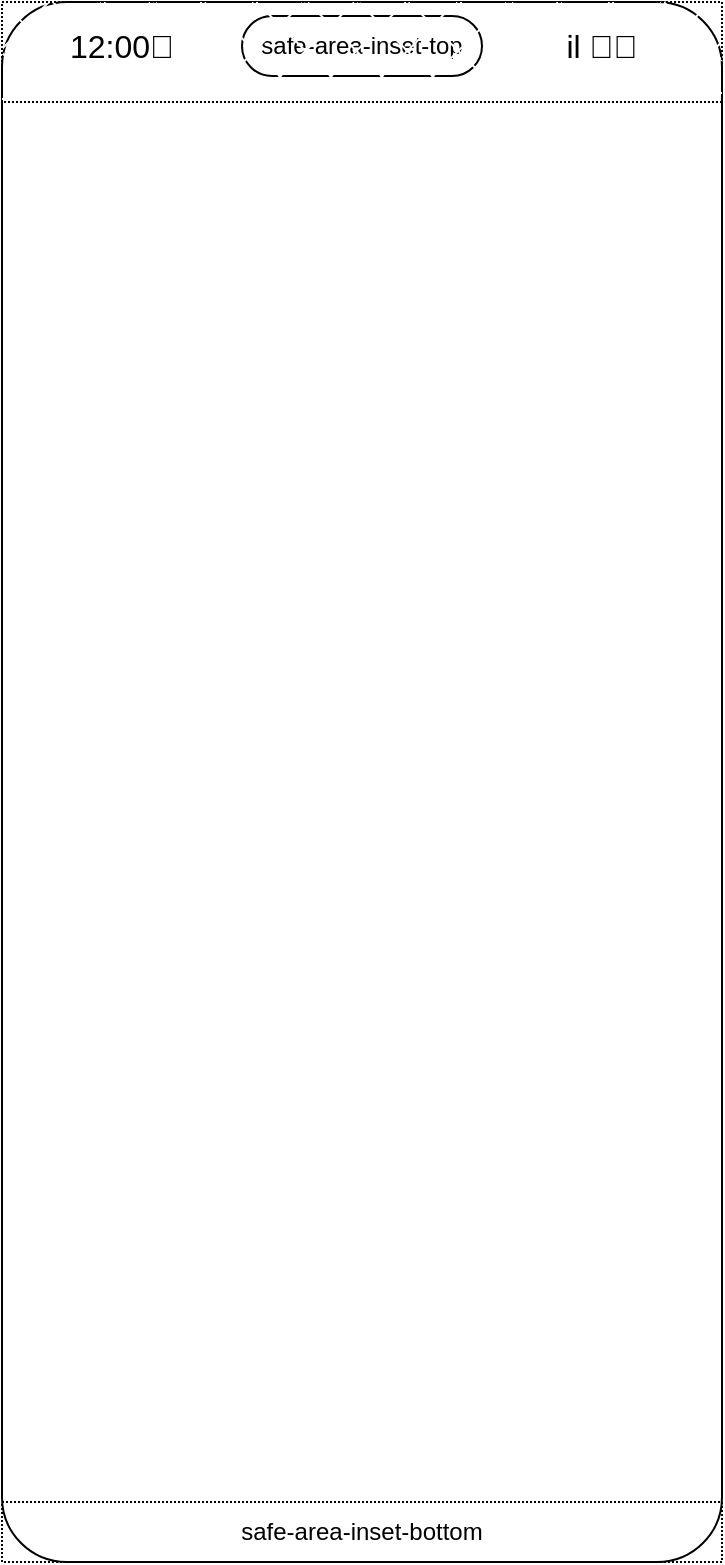
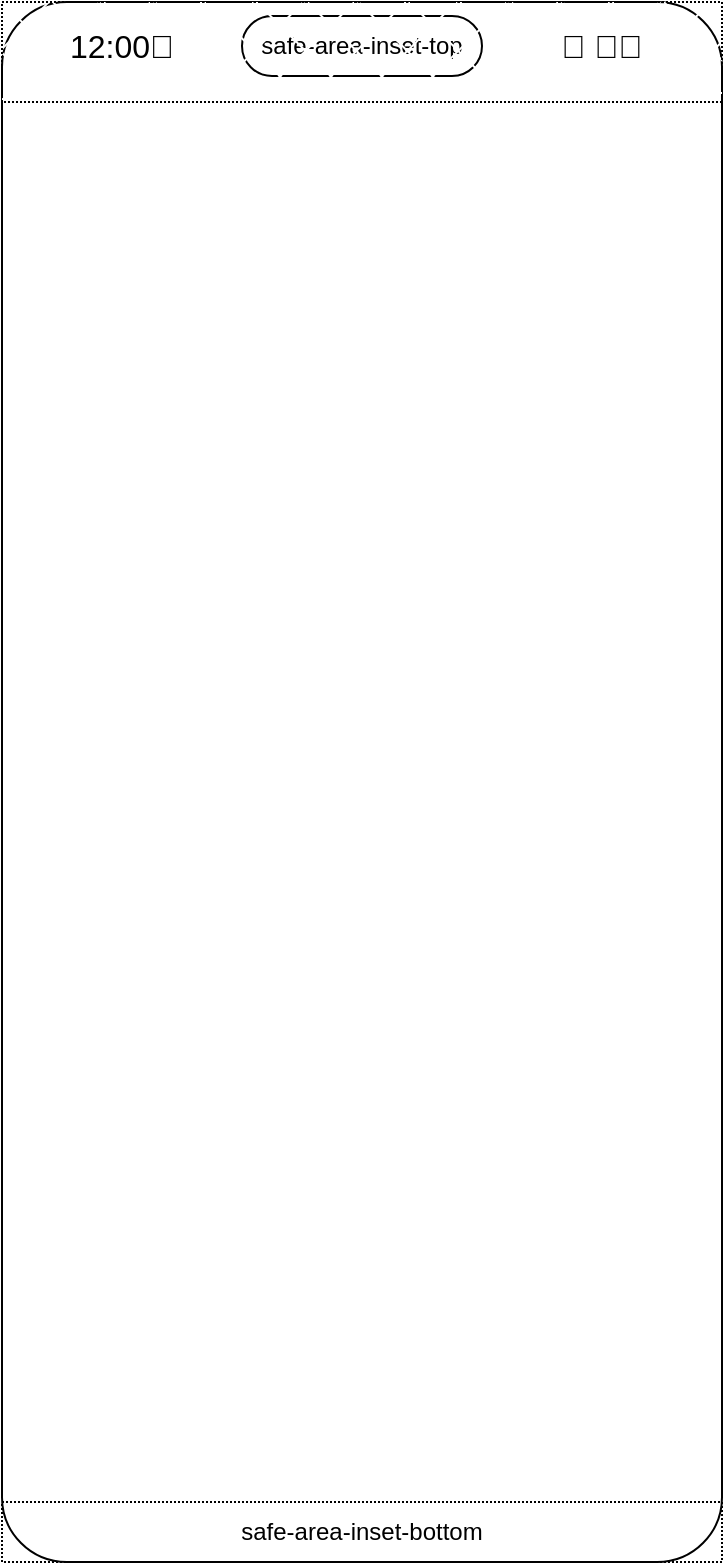
<mxfile host="app.diagrams.net" pages="5">
  <diagram name="G000-テンプレート" id="S722mUA1QwenAaxWcmtO">
-     <mxGraphModel dx="846" dy="672" grid="1" gridSize="10" guides="1" tooltips="1" connect="1" arrows="1" fold="1" page="1" pageScale="1" pageWidth="827" pageHeight="1169" math="0" shadow="0">
+     <mxGraphModel dx="376" dy="553" grid="1" gridSize="10" guides="1" tooltips="1" connect="1" arrows="1" fold="1" page="1" pageScale="1" pageWidth="827" pageHeight="1169" math="0" shadow="0">
      <root>
        <mxCell id="0" />
        <mxCell id="1" parent="0" />
-         <mxCell id="zQ7BFWEPkJkrmx3Nq8T0-1" value="" style="whiteSpace=wrap;html=1;rounded=1;arcSize=9;" parent="1" vertex="1">
-           <mxGeometry width="360" height="780" as="geometry" />
-         </mxCell>
-         <mxCell id="588Fdgz_NcGzjMWDRItu-1" value="safe-area-inset-top" style="rounded=1;whiteSpace=wrap;html=1;arcSize=50;fillColor=light-dark(#FFFFFF,#000000);" parent="1" vertex="1">
-           <mxGeometry x="120" y="7" width="120" height="30" as="geometry" />
-         </mxCell>
-         <mxCell id="aVIO_8MDiifiFSeVl00r-1" value="" style="whiteSpace=wrap;html=1;dashed=1;dashPattern=1 1;fillStyle=cross-hatch;" parent="1" vertex="1">
-           <mxGeometry width="360" height="50" as="geometry" />
-         </mxCell>
-         <mxCell id="588Fdgz_NcGzjMWDRItu-3" value="12:00🔔" style="text;html=1;whiteSpace=wrap;strokeColor=none;fillColor=none;align=center;verticalAlign=middle;rounded=0;fontSize=16;" parent="1" vertex="1">
-           <mxGeometry x="20" y="7" width="80" height="30" as="geometry" />
-         </mxCell>
-         <mxCell id="588Fdgz_NcGzjMWDRItu-4" value="il 🛜🔋" style="text;html=1;whiteSpace=wrap;strokeColor=none;fillColor=none;align=center;verticalAlign=middle;rounded=0;fontSize=16;" parent="1" vertex="1">
-           <mxGeometry x="260" y="7" width="80" height="30" as="geometry" />
-         </mxCell>
-         <mxCell id="oBOyvNitzLyXobDxXJtm-1" value="safe-area-inset-bottom" style="whiteSpace=wrap;html=1;dashed=1;dashPattern=1 1;rounded=0;fillColor=none;" vertex="1" parent="1">
-           <mxGeometry y="750" width="360" height="30" as="geometry" />
+         <mxCell id="zQ7BFWEPkJkrmx3Nq8T0-1" parent="1" style="whiteSpace=wrap;html=1;rounded=1;arcSize=9;" value="" vertex="1">
+           <mxGeometry height="780" width="360" as="geometry" />
+         </mxCell>
+         <mxCell id="588Fdgz_NcGzjMWDRItu-1" parent="1" style="rounded=1;whiteSpace=wrap;html=1;arcSize=50;fillColor=light-dark(#FFFFFF,#000000);" value="safe-area-inset-top" vertex="1">
+           <mxGeometry height="30" width="120" x="120" y="7" as="geometry" />
+         </mxCell>
+         <mxCell id="aVIO_8MDiifiFSeVl00r-1" parent="1" style="whiteSpace=wrap;html=1;dashed=1;dashPattern=1 1;fillStyle=cross-hatch;" value="" vertex="1">
+           <mxGeometry height="50" width="360" as="geometry" />
+         </mxCell>
+         <mxCell id="588Fdgz_NcGzjMWDRItu-3" parent="1" style="text;html=1;whiteSpace=wrap;strokeColor=none;fillColor=none;align=center;verticalAlign=middle;rounded=0;fontSize=16;" value="12:00🔔" vertex="1">
+           <mxGeometry height="30" width="80" x="20" y="7" as="geometry" />
+         </mxCell>
+         <mxCell id="588Fdgz_NcGzjMWDRItu-4" parent="1" style="text;html=1;whiteSpace=wrap;strokeColor=none;fillColor=none;align=center;verticalAlign=middle;rounded=0;fontSize=16;" value="📶 🛜🔋" vertex="1">
+           <mxGeometry height="30" width="80" x="260" y="7" as="geometry" />
+         </mxCell>
+         <mxCell id="oBOyvNitzLyXobDxXJtm-1" parent="1" style="whiteSpace=wrap;html=1;dashed=1;dashPattern=1 1;rounded=0;fillColor=none;" value="safe-area-inset-bottom" vertex="1">
+           <mxGeometry height="30" width="360" y="750" as="geometry" />
        </mxCell>
      </root>
    </mxGraphModel>
  </diagram>
  <diagram name="G001-ログイン" id="Z1h8dquPDhmT4ahfGa2H">
    <mxGraphModel dx="846" dy="672" grid="1" gridSize="10" guides="1" tooltips="1" connect="1" arrows="1" fold="1" page="1" pageScale="1" pageWidth="827" pageHeight="1169" math="0" shadow="0">
      <root>
        <mxCell id="YcPtlo_hN4jQvksFwWot-0" />
        <mxCell id="YcPtlo_hN4jQvksFwWot-1" parent="YcPtlo_hN4jQvksFwWot-0" />
        <mxCell id="-BTZVsdermOGM8ZHEF0u-0" value="" style="whiteSpace=wrap;html=1;rounded=1;arcSize=9;" vertex="1" parent="YcPtlo_hN4jQvksFwWot-1">
          <mxGeometry width="360" height="780" as="geometry" />
        </mxCell>
        <mxCell id="YcPtlo_hN4jQvksFwWot-3" value="safe-area-inset-top" style="rounded=1;whiteSpace=wrap;html=1;arcSize=50;fillColor=light-dark(#FFFFFF,#000000);" parent="YcPtlo_hN4jQvksFwWot-1" vertex="1">
          <mxGeometry x="120" y="7" width="120" height="30" as="geometry" />
        </mxCell>
        <mxCell id="YcPtlo_hN4jQvksFwWot-4" value="" style="whiteSpace=wrap;html=1;dashed=1;dashPattern=1 1;fillStyle=cross-hatch;" parent="YcPtlo_hN4jQvksFwWot-1" vertex="1">
          <mxGeometry width="360" height="50" as="geometry" />
        </mxCell>
        <mxCell id="YcPtlo_hN4jQvksFwWot-6" value="12:00🔔" style="text;html=1;whiteSpace=wrap;strokeColor=none;fillColor=none;align=center;verticalAlign=middle;rounded=0;fontSize=16;" parent="YcPtlo_hN4jQvksFwWot-1" vertex="1">
          <mxGeometry x="20" y="7" width="80" height="30" as="geometry" />
        </mxCell>
        <mxCell id="YcPtlo_hN4jQvksFwWot-7" value="il 🛜🔋" style="text;html=1;whiteSpace=wrap;strokeColor=none;fillColor=none;align=center;verticalAlign=middle;rounded=0;fontSize=16;" parent="YcPtlo_hN4jQvksFwWot-1" vertex="1">
          <mxGeometry x="260" y="7" width="80" height="30" as="geometry" />
        </mxCell>
        <mxCell id="81tfYNaBAiEMLlDuyNd7-0" value="" style="rounded=1;whiteSpace=wrap;html=1;strokeColor=light-dark(#97D077,#97D077);strokeWidth=5;" parent="YcPtlo_hN4jQvksFwWot-1" vertex="1">
          <mxGeometry x="20" y="160" width="320" height="210" as="geometry" />
        </mxCell>
        <mxCell id="81tfYNaBAiEMLlDuyNd7-1" value="" style="whiteSpace=wrap;html=1;fillColor=light-dark(#FFFFFF,#FFFFFF);" parent="YcPtlo_hN4jQvksFwWot-1" vertex="1">
          <mxGeometry x="50" y="220" width="260" height="30" as="geometry" />
        </mxCell>
        <mxCell id="81tfYNaBAiEMLlDuyNd7-2" value="メールアドレス" style="text;html=1;whiteSpace=wrap;strokeColor=none;fillColor=none;align=left;verticalAlign=middle;rounded=0;fontSize=16;" parent="YcPtlo_hN4jQvksFwWot-1" vertex="1">
          <mxGeometry x="50" y="190" width="260" height="30" as="geometry" />
        </mxCell>
        <mxCell id="81tfYNaBAiEMLlDuyNd7-3" value="パスワード" style="text;html=1;whiteSpace=wrap;strokeColor=none;fillColor=none;align=left;verticalAlign=middle;rounded=0;fontSize=16;" parent="YcPtlo_hN4jQvksFwWot-1" vertex="1">
          <mxGeometry x="50" y="260" width="260" height="30" as="geometry" />
        </mxCell>
        <mxCell id="81tfYNaBAiEMLlDuyNd7-7" value="&lt;font&gt;&lt;b&gt;ログイン&lt;/b&gt;&lt;/font&gt;" style="text;html=1;whiteSpace=wrap;strokeColor=none;fillColor=none;align=center;verticalAlign=middle;rounded=0;fontSize=25;" parent="YcPtlo_hN4jQvksFwWot-1" vertex="1">
          <mxGeometry x="35" y="90" width="290" height="30" as="geometry" />
        </mxCell>
        <mxCell id="81tfYNaBAiEMLlDuyNd7-8" value="" style="whiteSpace=wrap;html=1;fillColor=light-dark(#FFFFFF,#FFFFFF);" parent="YcPtlo_hN4jQvksFwWot-1" vertex="1">
          <mxGeometry x="50" y="290" width="260" height="30" as="geometry" />
        </mxCell>
        <mxCell id="ufI8GjACJdKqooItxQuU-0" value="&lt;span style=&quot;color: light-dark(rgb(255, 255, 255), rgb(0, 0, 0));&quot;&gt;ログイン&lt;/span&gt;" style="rounded=1;whiteSpace=wrap;html=1;fillColor=light-dark(#B9E0A5,#B9E0A5);fontSize=20;" parent="YcPtlo_hN4jQvksFwWot-1" vertex="1">
          <mxGeometry x="120" y="390" width="120" height="30" as="geometry" />
        </mxCell>
        <mxCell id="EKTVv0UXOvGjeYjW8AMR-0" value="safe-area-inset-bottom" style="whiteSpace=wrap;html=1;dashed=1;dashPattern=1 1;rounded=0;fillColor=none;" vertex="1" parent="YcPtlo_hN4jQvksFwWot-1">
          <mxGeometry y="750" width="360" height="30" as="geometry" />
        </mxCell>
      </root>
    </mxGraphModel>
  </diagram>
  <diagram name="G002-登録" id="vjWJ7EeUy4QvkeVKBafw">
    <mxGraphModel dx="846" dy="672" grid="1" gridSize="10" guides="1" tooltips="1" connect="1" arrows="1" fold="1" page="1" pageScale="1" pageWidth="827" pageHeight="1169" math="0" shadow="0">
      <root>
        <mxCell id="CB8lvvF-xGb2tIorJrW_-0" />
        <mxCell id="CB8lvvF-xGb2tIorJrW_-1" parent="CB8lvvF-xGb2tIorJrW_-0" />
        <mxCell id="ij7VnM3F1RbevG0Ak-8O-0" value="" style="whiteSpace=wrap;html=1;rounded=1;arcSize=9;" vertex="1" parent="CB8lvvF-xGb2tIorJrW_-1">
          <mxGeometry width="360" height="780" as="geometry" />
        </mxCell>
        <mxCell id="CB8lvvF-xGb2tIorJrW_-3" value="safe-area-inset-top" style="rounded=0;whiteSpace=wrap;html=1;arcSize=50;fillColor=light-dark(#FFFFFF,#000000);" parent="CB8lvvF-xGb2tIorJrW_-1" vertex="1">
          <mxGeometry x="120" y="7" width="120" height="30" as="geometry" />
        </mxCell>
        <mxCell id="CB8lvvF-xGb2tIorJrW_-4" value="" style="whiteSpace=wrap;html=1;dashed=1;dashPattern=1 1;fillStyle=cross-hatch;rounded=0;" parent="CB8lvvF-xGb2tIorJrW_-1" vertex="1">
          <mxGeometry width="360" height="50" as="geometry" />
        </mxCell>
        <mxCell id="CB8lvvF-xGb2tIorJrW_-5" value="safe-area-inset-bottom" style="whiteSpace=wrap;html=1;dashed=1;dashPattern=1 1;rounded=0;fillColor=none;" parent="CB8lvvF-xGb2tIorJrW_-1" vertex="1">
          <mxGeometry y="750" width="360" height="30" as="geometry" />
        </mxCell>
        <mxCell id="CB8lvvF-xGb2tIorJrW_-6" value="12:00🔔" style="text;html=1;whiteSpace=wrap;strokeColor=none;fillColor=none;align=center;verticalAlign=middle;rounded=0;fontSize=16;" parent="CB8lvvF-xGb2tIorJrW_-1" vertex="1">
          <mxGeometry x="20" y="7" width="80" height="30" as="geometry" />
        </mxCell>
        <mxCell id="CB8lvvF-xGb2tIorJrW_-7" value="il 🛜🔋" style="text;html=1;whiteSpace=wrap;strokeColor=none;fillColor=none;align=center;verticalAlign=middle;rounded=0;fontSize=16;" parent="CB8lvvF-xGb2tIorJrW_-1" vertex="1">
          <mxGeometry x="260" y="7" width="80" height="30" as="geometry" />
        </mxCell>
        <mxCell id="CB8lvvF-xGb2tIorJrW_-8" value="" style="rounded=1;whiteSpace=wrap;html=1;strokeColor=light-dark(#97D077,#97D077);strokeWidth=5;" parent="CB8lvvF-xGb2tIorJrW_-1" vertex="1">
          <mxGeometry x="20" y="160" width="320" height="260" as="geometry" />
        </mxCell>
        <mxCell id="CB8lvvF-xGb2tIorJrW_-9" value="" style="whiteSpace=wrap;html=1;fillColor=light-dark(#FFFFFF,#FFFFFF);rounded=0;" parent="CB8lvvF-xGb2tIorJrW_-1" vertex="1">
          <mxGeometry x="50" y="220" width="260" height="30" as="geometry" />
        </mxCell>
        <mxCell id="CB8lvvF-xGb2tIorJrW_-10" value="メールアドレス" style="text;html=1;whiteSpace=wrap;strokeColor=none;fillColor=none;align=left;verticalAlign=middle;rounded=0;fontSize=16;" parent="CB8lvvF-xGb2tIorJrW_-1" vertex="1">
          <mxGeometry x="50" y="190" width="260" height="30" as="geometry" />
        </mxCell>
        <mxCell id="CB8lvvF-xGb2tIorJrW_-11" value="パスワード" style="text;html=1;whiteSpace=wrap;strokeColor=none;fillColor=none;align=left;verticalAlign=middle;rounded=0;fontSize=16;" parent="CB8lvvF-xGb2tIorJrW_-1" vertex="1">
          <mxGeometry x="50" y="260" width="260" height="30" as="geometry" />
        </mxCell>
        <mxCell id="CB8lvvF-xGb2tIorJrW_-12" value="&lt;b&gt;ユーザー登録&lt;/b&gt;" style="text;html=1;whiteSpace=wrap;strokeColor=none;fillColor=none;align=center;verticalAlign=middle;rounded=0;fontSize=25;" parent="CB8lvvF-xGb2tIorJrW_-1" vertex="1">
          <mxGeometry x="35" y="90" width="290" height="30" as="geometry" />
        </mxCell>
        <mxCell id="CB8lvvF-xGb2tIorJrW_-13" value="" style="whiteSpace=wrap;html=1;fillColor=light-dark(#FFFFFF,#FFFFFF);rounded=0;" parent="CB8lvvF-xGb2tIorJrW_-1" vertex="1">
          <mxGeometry x="50" y="290" width="260" height="30" as="geometry" />
        </mxCell>
        <mxCell id="CB8lvvF-xGb2tIorJrW_-14" value="&lt;font&gt;&lt;span style=&quot;caret-color: rgb(0, 0, 0);&quot;&gt;登録&lt;/span&gt;&lt;/font&gt;" style="rounded=0;whiteSpace=wrap;html=1;fillColor=light-dark(#B9E0A5,#B9E0A5);fontSize=20;fontColor=light-dark(#000000,#000000);" parent="CB8lvvF-xGb2tIorJrW_-1" vertex="1">
          <mxGeometry x="120" y="440" width="120" height="30" as="geometry" />
        </mxCell>
        <mxCell id="78YWCI_p0530nuMmXBEq-0" value="パスワード(確認)" style="text;html=1;whiteSpace=wrap;strokeColor=none;fillColor=none;align=left;verticalAlign=middle;rounded=0;fontSize=16;" parent="CB8lvvF-xGb2tIorJrW_-1" vertex="1">
          <mxGeometry x="50" y="330" width="260" height="30" as="geometry" />
        </mxCell>
        <mxCell id="78YWCI_p0530nuMmXBEq-1" value="" style="whiteSpace=wrap;html=1;fillColor=light-dark(#FFFFFF,#FFFFFF);rounded=0;" parent="CB8lvvF-xGb2tIorJrW_-1" vertex="1">
          <mxGeometry x="50" y="360" width="260" height="30" as="geometry" />
        </mxCell>
      </root>
    </mxGraphModel>
  </diagram>
  <diagram name="G003-ホーム" id="fhjzZ7SeTtV4YtS4Mzv0">
    <mxGraphModel dx="549" dy="808" grid="1" gridSize="10" guides="1" tooltips="1" connect="1" arrows="1" fold="1" page="1" pageScale="1" pageWidth="827" pageHeight="1169" math="0" shadow="0">
      <root>
        <mxCell id="2Ci5GJt-TCsziW-wldUF-0" />
        <mxCell id="2Ci5GJt-TCsziW-wldUF-1" parent="2Ci5GJt-TCsziW-wldUF-0" />
        <mxCell id="6SP4WcJkWHY8BqnqvcQY-0" parent="2Ci5GJt-TCsziW-wldUF-1" style="whiteSpace=wrap;html=1;rounded=1;arcSize=9;" value="" vertex="1">
          <mxGeometry height="780" width="360" as="geometry" />
        </mxCell>
        <mxCell id="2Ci5GJt-TCsziW-wldUF-3" parent="2Ci5GJt-TCsziW-wldUF-1" style="rounded=1;whiteSpace=wrap;html=1;arcSize=50;fillColor=light-dark(#FFFFFF,#000000);" value="safe-area-inset-top" vertex="1">
          <mxGeometry height="30" width="120" x="120" y="7" as="geometry" />
        </mxCell>
        <mxCell id="2Ci5GJt-TCsziW-wldUF-4" parent="2Ci5GJt-TCsziW-wldUF-1" style="whiteSpace=wrap;html=1;dashed=1;dashPattern=1 1;fillStyle=cross-hatch;" value="" vertex="1">
          <mxGeometry height="50" width="360" as="geometry" />
        </mxCell>
        <mxCell id="2Ci5GJt-TCsziW-wldUF-6" parent="2Ci5GJt-TCsziW-wldUF-1" style="text;html=1;whiteSpace=wrap;strokeColor=none;fillColor=none;align=center;verticalAlign=middle;rounded=0;fontSize=16;" value="12:00🔔" vertex="1">
          <mxGeometry height="30" width="80" x="20" y="7" as="geometry" />
        </mxCell>
        <mxCell id="2Ci5GJt-TCsziW-wldUF-7" parent="2Ci5GJt-TCsziW-wldUF-1" style="text;html=1;whiteSpace=wrap;strokeColor=none;fillColor=none;align=center;verticalAlign=middle;rounded=0;fontSize=16;" value="il 🛜🔋" vertex="1">
          <mxGeometry height="30" width="80" x="260" y="7" as="geometry" />
        </mxCell>
        <mxCell id="gxVjhfdCX1kLOg8Y7_a1-0" parent="2Ci5GJt-TCsziW-wldUF-1" style="whiteSpace=wrap;html=1;dashed=1;dashPattern=1 1;rounded=0;fillColor=none;" value="safe-area-inset-bottom" vertex="1">
          <mxGeometry height="30" width="360" y="750" as="geometry" />
        </mxCell>
        <mxCell id="CuaGGdduvJS1L7SEZCSj-4" edge="1" parent="2Ci5GJt-TCsziW-wldUF-1" style="edgeStyle=none;orthogonalLoop=1;jettySize=auto;html=1;rounded=0;fontFamily=Helvetica;fontSize=12;fontColor=default;startSize=8;endSize=8;curved=1;endArrow=none;endFill=0;" value="">
          <mxGeometry relative="1" width="120" as="geometry">
            <Array as="points" />
            <mxPoint x="30" y="270" as="sourcePoint" />
            <mxPoint x="330" y="270" as="targetPoint" />
          </mxGeometry>
        </mxCell>
        <mxCell id="CuaGGdduvJS1L7SEZCSj-16" parent="2Ci5GJt-TCsziW-wldUF-1" style="text;html=1;whiteSpace=wrap;strokeColor=none;fillColor=none;align=center;verticalAlign=middle;rounded=0;fontSize=24;fontFamily=Helvetica;fontColor=default;" value="Ruid.AI" vertex="1">
          <mxGeometry height="50" width="100" x="130" y="50" as="geometry" />
        </mxCell>
        <mxCell id="CuaGGdduvJS1L7SEZCSj-18" parent="2Ci5GJt-TCsziW-wldUF-1" style="text;html=1;whiteSpace=wrap;strokeColor=none;fillColor=none;align=center;verticalAlign=middle;rounded=0;fontSize=60;fontFamily=Helvetica;fontColor=default;" value="≡" vertex="1">
          <mxGeometry height="40" width="70" y="50" as="geometry" />
        </mxCell>
        <mxCell id="CuaGGdduvJS1L7SEZCSj-19" parent="2Ci5GJt-TCsziW-wldUF-1" style="text;html=1;whiteSpace=wrap;strokeColor=none;fillColor=none;align=center;verticalAlign=middle;rounded=0;fontSize=60;fontFamily=Helvetica;fontColor=default;" value="&lt;font style=&quot;font-size: 30px;&quot;&gt;👤&lt;/font&gt;" vertex="1">
          <mxGeometry height="30" width="70" x="290" y="50" as="geometry" />
        </mxCell>
        <mxCell id="bn_BsjrFvBiNkwQyblfv-0" parent="2Ci5GJt-TCsziW-wldUF-1" style="text;html=1;whiteSpace=wrap;strokeColor=none;fillColor=none;align=left;verticalAlign=middle;rounded=0;fontSize=16;" value="マスト:&lt;div&gt;・前回の続き&lt;/div&gt;&lt;div&gt;・復習問題&lt;/div&gt;&lt;div&gt;・苦手分野&lt;/div&gt;&lt;div&gt;・試験まであと○日&lt;/div&gt;&lt;div&gt;・新しい問題集を作る&lt;/div&gt;&lt;div&gt;・5分だけ学習&lt;/div&gt;&lt;div&gt;&lt;br&gt;&lt;/div&gt;" vertex="1">
          <mxGeometry height="240" width="220" x="390" y="270" as="geometry" />
        </mxCell>
      </root>
    </mxGraphModel>
  </diagram>
-   <diagram name="G004-問題を解く" id="QYaR997ncZVKOPBFliqo">
-     <mxGraphModel dx="549" dy="808" grid="1" gridSize="10" guides="1" tooltips="1" connect="1" arrows="1" fold="1" page="1" pageScale="1" pageWidth="827" pageHeight="1169" math="0" shadow="0">
+   <diagram name="G004-出題" id="QYaR997ncZVKOPBFliqo">
+     <mxGraphModel dx="475" dy="700" grid="1" gridSize="10" guides="1" tooltips="1" connect="1" arrows="1" fold="1" page="1" pageScale="1" pageWidth="827" pageHeight="1169" math="0" shadow="0">
      <root>
        <mxCell id="xkTuRqiTNICBa2jiup35-0" />
        <mxCell id="xkTuRqiTNICBa2jiup35-1" parent="xkTuRqiTNICBa2jiup35-0" />
        <mxCell id="xkTuRqiTNICBa2jiup35-2" parent="xkTuRqiTNICBa2jiup35-1" style="whiteSpace=wrap;html=1;rounded=1;arcSize=9;" value="" vertex="1">
          <mxGeometry height="780" width="360" as="geometry" />
        </mxCell>
        <mxCell id="xkTuRqiTNICBa2jiup35-3" parent="xkTuRqiTNICBa2jiup35-1" style="rounded=1;whiteSpace=wrap;html=1;arcSize=50;fillColor=light-dark(#FFFFFF,#000000);" value="safe-area-inset-top" vertex="1">
          <mxGeometry height="30" width="120" x="120" y="7" as="geometry" />
        </mxCell>
        <mxCell id="xkTuRqiTNICBa2jiup35-4" parent="xkTuRqiTNICBa2jiup35-1" style="whiteSpace=wrap;html=1;dashed=1;dashPattern=1 1;fillStyle=cross-hatch;" value="" vertex="1">
          <mxGeometry height="50" width="360" as="geometry" />
        </mxCell>
        <mxCell id="xkTuRqiTNICBa2jiup35-5" parent="xkTuRqiTNICBa2jiup35-1" style="text;html=1;whiteSpace=wrap;strokeColor=none;fillColor=none;align=center;verticalAlign=middle;rounded=0;fontSize=16;" value="12:00🔔" vertex="1">
          <mxGeometry height="30" width="80" x="20" y="7" as="geometry" />
        </mxCell>
-         <mxCell id="xkTuRqiTNICBa2jiup35-6" parent="xkTuRqiTNICBa2jiup35-1" style="text;html=1;whiteSpace=wrap;strokeColor=none;fillColor=none;align=center;verticalAlign=middle;rounded=0;fontSize=16;" value="il 🛜🔋" vertex="1">
-           <mxGeometry height="30" width="80" x="260" y="7" as="geometry" />
+         <mxCell id="xkTuRqiTNICBa2jiup35-6" parent="xkTuRqiTNICBa2jiup35-1" style="text;html=1;whiteSpace=wrap;strokeColor=none;fillColor=none;align=center;verticalAlign=middle;rounded=0;fontSize=16;" value="📶 🛜🔋" vertex="1">
+           <mxGeometry height="33" width="80" x="260" y="7" as="geometry" />
        </mxCell>
        <mxCell id="xkTuRqiTNICBa2jiup35-7" parent="xkTuRqiTNICBa2jiup35-1" style="whiteSpace=wrap;html=1;dashed=1;dashPattern=1 1;rounded=0;fillColor=none;" value="safe-area-inset-bottom" vertex="1">
          <mxGeometry height="30" width="360" y="750" as="geometry" />
        </mxCell>
+         <mxCell id="5feqdEiN-CEkO9o6xPVX-0" parent="xkTuRqiTNICBa2jiup35-1" style="text;html=1;whiteSpace=wrap;strokeColor=none;fillColor=none;align=center;verticalAlign=middle;rounded=0;fontSize=16;" value="《 戻る" vertex="1">
+           <mxGeometry height="60" width="80" y="50" as="geometry" />
+         </mxCell>
+         <mxCell id="bTmPhd-1JKKc5sDVDGzS-0" parent="xkTuRqiTNICBa2jiup35-1" style="rounded=1;whiteSpace=wrap;html=1;arcSize=50;fontSize=16;align=left;fontColor=light-dark(#000000,#7F7F7F);fillColor=light-dark(#FFFFFF,#FFFFFF);" value="&amp;nbsp;　単語の解説…" vertex="1">
+           <mxGeometry height="50" width="320" x="20" y="620" as="geometry" />
+         </mxCell>
+         <mxCell id="bTmPhd-1JKKc5sDVDGzS-1" parent="xkTuRqiTNICBa2jiup35-1" style="rounded=1;whiteSpace=wrap;html=1;fillColor=light-dark(#008A00,#97D077);fontColor=#ffffff;strokeColor=#005700;" value="" vertex="1">
+           <mxGeometry height="60" width="60" x="30" y="680" as="geometry" />
+         </mxCell>
+         <mxCell id="bTmPhd-1JKKc5sDVDGzS-2" parent="xkTuRqiTNICBa2jiup35-1" style="rounded=1;whiteSpace=wrap;html=1;fillColor=light-dark(#008A00,#97D077);fontColor=#ffffff;strokeColor=#005700;" value="" vertex="1">
+           <mxGeometry height="60" width="60" x="110" y="680" as="geometry" />
+         </mxCell>
+         <mxCell id="bTmPhd-1JKKc5sDVDGzS-3" parent="xkTuRqiTNICBa2jiup35-1" style="rounded=1;whiteSpace=wrap;html=1;fillColor=light-dark(#008A00,#97D077);fontColor=#ffffff;strokeColor=#005700;" value="" vertex="1">
+           <mxGeometry height="60" width="60" x="190" y="680" as="geometry" />
+         </mxCell>
+         <mxCell id="bTmPhd-1JKKc5sDVDGzS-4" parent="xkTuRqiTNICBa2jiup35-1" style="rounded=1;whiteSpace=wrap;html=1;fillColor=light-dark(#008A00,#97D077);fontColor=#ffffff;strokeColor=#005700;" value="" vertex="1">
+           <mxGeometry height="60" width="60" x="270" y="680" as="geometry" />
+         </mxCell>
+         <mxCell id="bTmPhd-1JKKc5sDVDGzS-5" parent="xkTuRqiTNICBa2jiup35-1" style="text;html=1;whiteSpace=wrap;strokeColor=none;fillColor=none;align=center;verticalAlign=middle;rounded=0;fontSize=16;" value="答えを見る" vertex="1">
+           <mxGeometry height="60" width="130" x="230" y="50" as="geometry" />
+         </mxCell>
+         <mxCell id="bTmPhd-1JKKc5sDVDGzS-6" parent="xkTuRqiTNICBa2jiup35-1" style="rounded=1;whiteSpace=wrap;html=1;arcSize=50;fontSize=20;fillColor=none;strokeColor=light-dark(#000000,#000000);fontColor=light-dark(#000000,#000000);" value="➡️" vertex="1">
+           <mxGeometry height="40" width="40" x="290" y="625" as="geometry" />
+         </mxCell>
+         <mxCell id="bTmPhd-1JKKc5sDVDGzS-7" parent="xkTuRqiTNICBa2jiup35-1" style="text;html=1;whiteSpace=wrap;strokeColor=none;fillColor=none;align=center;verticalAlign=middle;rounded=0;fontSize=20;fontStyle=1" value="○○(ユーザー入力のジャンル)" vertex="1">
+           <mxGeometry height="50" width="320" x="20" y="110" as="geometry" />
+         </mxCell>
+         <mxCell id="bTmPhd-1JKKc5sDVDGzS-8" parent="xkTuRqiTNICBa2jiup35-1" style="text;html=1;whiteSpace=wrap;strokeColor=none;fillColor=none;align=left;verticalAlign=top;rounded=0;fontSize=16;" value="ここに問題文が表示される&lt;div&gt;マークダウンも対応すべき&lt;/div&gt;" vertex="1">
+           <mxGeometry height="290" width="320" x="20" y="170" as="geometry" />
+         </mxCell>
+         <mxCell id="CQILtAssuT2_ymYSGIWV-0" edge="1" parent="xkTuRqiTNICBa2jiup35-1" style="edgeStyle=none;orthogonalLoop=1;jettySize=auto;html=1;rounded=0;fontFamily=Helvetica;fontSize=12;fontColor=default;startSize=8;endSize=8;curved=1;endArrow=none;endFill=0;" value="">
+           <mxGeometry relative="1" width="120" as="geometry">
+             <Array as="points" />
+             <mxPoint x="30" y="260" as="sourcePoint" />
+             <mxPoint x="330" y="260" as="targetPoint" />
+           </mxGeometry>
+         </mxCell>
+         <mxCell id="CQILtAssuT2_ymYSGIWV-6" parent="xkTuRqiTNICBa2jiup35-1" style="text;html=1;whiteSpace=wrap;strokeColor=none;fillColor=none;align=left;verticalAlign=middle;rounded=0;fontSize=16;" value="←　クリックでダイアログ表示&lt;div&gt;　　｢正解を表示します。よろしいですか？｣&lt;/div&gt;" vertex="1">
+           <mxGeometry height="110" width="350" x="350" y="37" as="geometry" />
+         </mxCell>
      </root>
    </mxGraphModel>
  </diagram>
</mxfile>
